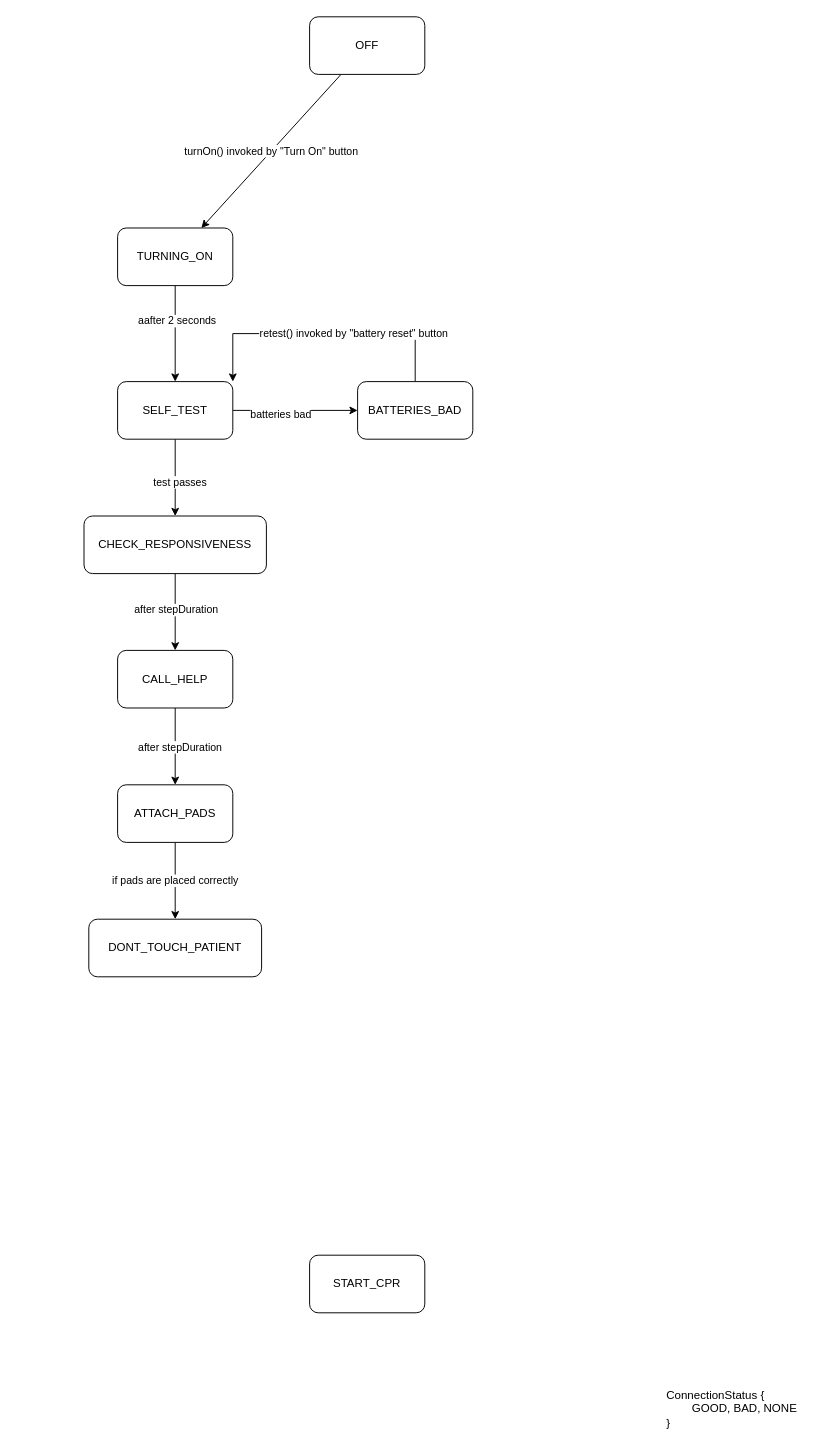
HamzaAlsarakbi/AEDSimulator keeps this draw.io diagram as docs/state-diagrams/aed/aed.drawio. Above is the earlier version. Source tidied: cells renumbered, new cells numbered last; positions are measured from the earlier drawing's top-left corner, leaving out a move shared by most shapes. Both pictures are drawn from the tidied source at 96%, with x=0, y=0 at pixel (84, 16).
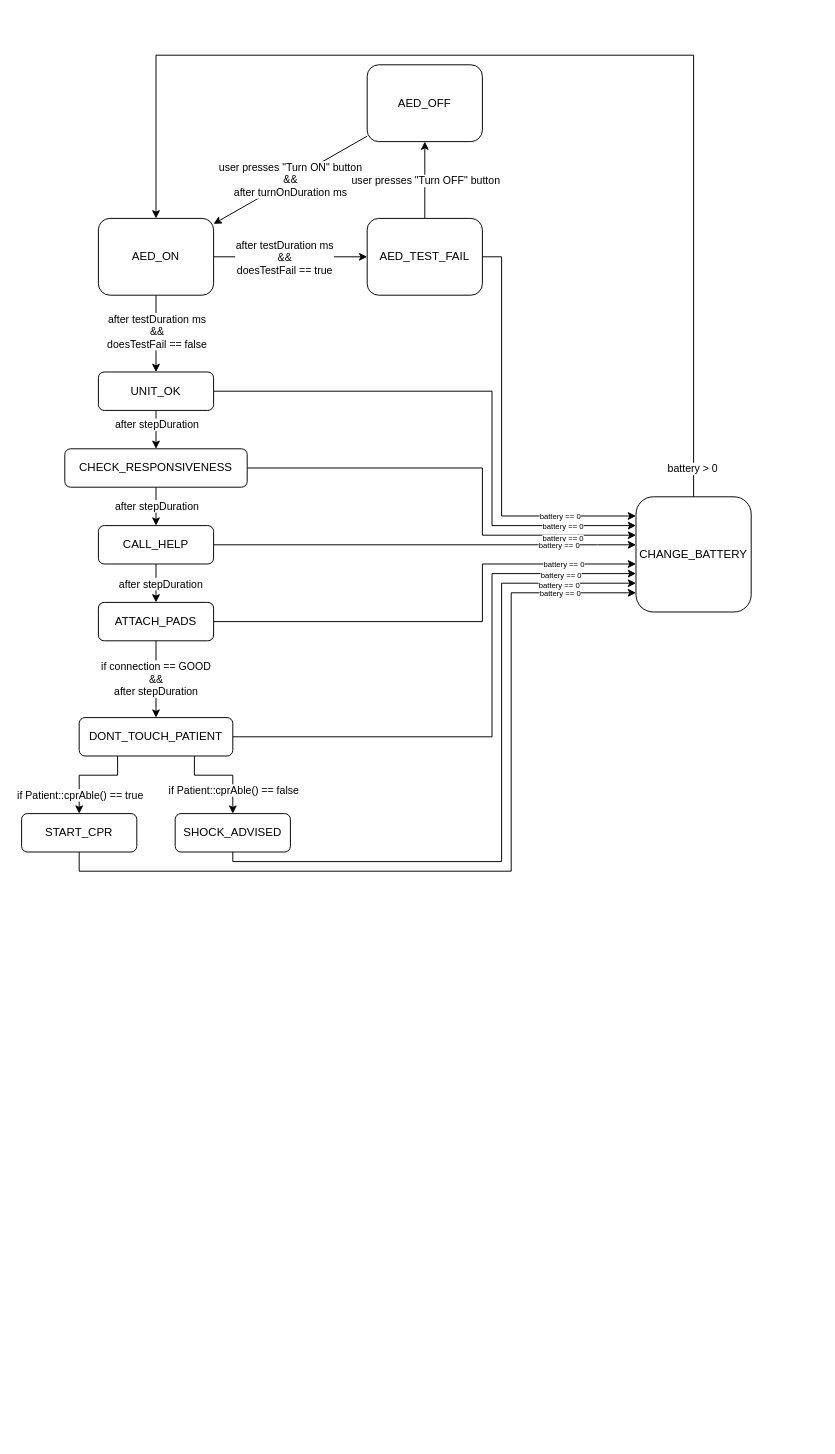
After the change.

Commit message:
finished aed state diagram

The change refers to these unchanged cells:
```xml
<mxCell id="4" style="rounded=0;jettySize=auto;html=1;" parent="1" edge="1" source="6" target="11">
  <mxGeometry relative="1" as="geometry" />
</mxCell>
<mxCell id="9" style="edgeStyle=orthogonalEdgeStyle;rounded=0;jettySize=auto;html=1;" parent="1" edge="1" source="11" target="14">
  <mxGeometry relative="1" as="geometry" />
</mxCell>
```

Diff of the diagram source:
```diff
@@
-    <mxCell id="2" value="turnOn() invoked by &quot;Turn On&quot; button" style="rounded=0;jettySize=auto;html=1;" parent="1" edge="1" source="3" target="6">
-      <mxGeometry relative="1" as="geometry" />
+    <mxCell id="2" value="user presses &quot;Turn ON&quot; button&lt;br&gt;&amp;amp;&amp;amp;&lt;br&gt;after turnOnDuration ms" style="rounded=0;jettySize=auto;html=1;" parent="1" edge="1" source="3" target="6">
+      <mxGeometry relative="1" as="geometry">
+        <Array as="points">
+          <mxPoint x="215" y="170" />
+        </Array>
+      </mxGeometry>
     </mxCell>
-    <mxCell id="3" value="OFF" style="rounded=1;whiteSpace=wrap;html=1;" parent="1" vertex="1">
-      <mxGeometry x="235" width="120" height="60" as="geometry" />
+    <mxCell id="3" value="AED_OFF" style="rounded=1;whiteSpace=wrap;html=1;" parent="1" vertex="1">
+      <mxGeometry x="295" y="50" width="120" height="80" as="geometry" />
     </mxCell>
@@
-    <mxCell id="5" value="aafter 2 seconds" style="edgeLabel;html=1;align=center;verticalAlign=middle;" parent="4" vertex="1">
-      <mxGeometry x="-0.28" y="1" relative="1" as="geometry" />
+    <mxCell id="5" value="after testDuration ms&lt;br&gt;&amp;amp;&amp;amp;&lt;br&gt;doesTestFail == false" style="edgeLabel;html=1;align=center;verticalAlign=middle;" parent="4" vertex="1">
+      <mxGeometry x="-0.28" y="1" relative="1" as="geometry">
+        <mxPoint x="-1" y="8" as="offset" />
+      </mxGeometry>
     </mxCell>
+    <mxCell id="26" style="edgeStyle=orthogonalEdgeStyle;rounded=0;jettySize=auto;html=1;" parent="1" edge="1" source="6" target="24">
+      <mxGeometry relative="1" as="geometry">
+        <Array as="points">
+          <mxPoint x="235" y="250" />
+          <mxPoint x="235" y="250" />
+        </Array>
+      </mxGeometry>
+    </mxCell>
+    <mxCell id="27" value="after testDuration&amp;nbsp;ms&lt;br&gt;&amp;amp;&amp;amp;&lt;br&gt;doesTestFail == true" style="edgeLabel;html=1;align=center;verticalAlign=middle;" parent="26" vertex="1">
+      <mxGeometry x="0.67" y="1" relative="1" as="geometry">
+        <mxPoint x="-61" y="1" as="offset" />
+      </mxGeometry>
+    </mxCell>
-    <mxCell id="6" value="TURNING_ON" style="rounded=1;whiteSpace=wrap;html=1;" parent="1" vertex="1">
-      <mxGeometry x="35" y="220" width="120" height="60" as="geometry" />
+    <mxCell id="6" value="AED_ON" style="rounded=1;whiteSpace=wrap;html=1;" parent="1" vertex="1">
+      <mxGeometry x="15" y="210" width="120" height="80" as="geometry" />
     </mxCell>
-    <mxCell id="7" style="rounded=0;jettySize=auto;html=1;" parent="1" edge="1" source="11" target="24">
-      <mxGeometry relative="1" as="geometry" />
-    </mxCell>
-    <mxCell id="8" value="batteries bad" style="edgeLabel;html=1;align=center;verticalAlign=middle;" parent="7" vertex="1">
-      <mxGeometry x="-0.24" y="-3" relative="1" as="geometry" />
-    </mxCell>
@@
-    <mxCell id="10" value="test passes" style="edgeLabel;html=1;align=center;verticalAlign=middle;" parent="9" vertex="1">
-      <mxGeometry x="0.09" y="4" relative="1" as="geometry" />
-    </mxCell>
+    <mxCell id="28" value="after stepDuration" style="edgeLabel;html=1;align=center;verticalAlign=middle;" parent="9" vertex="1">
+      <mxGeometry x="-0.28" relative="1" as="geometry" />
+    </mxCell>
+    <mxCell id="29" style="edgeStyle=orthogonalEdgeStyle;rounded=0;jettySize=auto;html=1;" parent="1" edge="1" source="11" target="54">
+      <mxGeometry relative="1" as="geometry">
+        <Array as="points">
+          <mxPoint x="425" y="390" />
+          <mxPoint x="425" y="530" />
+        </Array>
+      </mxGeometry>
+    </mxCell>
+    <mxCell id="30" value="battery == 0" style="edgeLabel;html=1;align=center;verticalAlign=middle;fontSize=8;" parent="29" vertex="1">
+      <mxGeometry x="0.64" y="1" relative="1" as="geometry">
+        <mxPoint x="27" y="1" as="offset" />
+      </mxGeometry>
+    </mxCell>
-    <mxCell id="11" value="SELF_TEST" style="rounded=1;whiteSpace=wrap;html=1;" parent="1" vertex="1">
-      <mxGeometry x="35" y="380" width="120" height="60" as="geometry" />
+    <mxCell id="11" value="UNIT_OK" style="rounded=1;whiteSpace=wrap;html=1;" parent="1" vertex="1">
+      <mxGeometry x="15" y="370" width="120" height="40" as="geometry" />
     </mxCell>
@@
+    <mxCell id="31" style="edgeStyle=orthogonalEdgeStyle;rounded=0;jettySize=auto;html=1;" parent="1" edge="1" source="14" target="54">
+      <mxGeometry relative="1" as="geometry">
+        <Array as="points">
+          <mxPoint x="415" y="470" />
+          <mxPoint x="415" y="540" />
+        </Array>
+      </mxGeometry>
+    </mxCell>
+    <mxCell id="32" value="battery == 0" style="edgeLabel;html=1;align=center;verticalAlign=middle;fontSize=8;" parent="31" vertex="1">
+      <mxGeometry x="0.56" y="-1" relative="1" as="geometry">
+        <mxPoint x="27" y="2" as="offset" />
+      </mxGeometry>
+    </mxCell>
     <mxCell id="14" value="CHECK_RESPONSIVENESS" style="rounded=1;whiteSpace=wrap;html=1;" parent="1" vertex="1">
-      <mxGeometry y="520" width="190" height="60" as="geometry" />
+      <mxGeometry x="-20" y="450" width="190" height="40" as="geometry" />
     </mxCell>
@@
+    <mxCell id="33" style="edgeStyle=orthogonalEdgeStyle;rounded=0;jettySize=auto;html=1;" parent="1" edge="1" source="17" target="54">
+      <mxGeometry relative="1" as="geometry">
+        <Array as="points">
+          <mxPoint x="535" y="550" />
+          <mxPoint x="535" y="550" />
+        </Array>
+      </mxGeometry>
+    </mxCell>
+    <mxCell id="34" value="battery == 0" style="edgeLabel;html=1;align=center;verticalAlign=middle;fontSize=8;" parent="33" vertex="1">
+      <mxGeometry x="0.53" relative="1" as="geometry">
+        <mxPoint x="22" as="offset" />
+      </mxGeometry>
+    </mxCell>
     <mxCell id="17" value="CALL_HELP" style="rounded=1;whiteSpace=wrap;html=1;" parent="1" vertex="1">
-      <mxGeometry x="35" y="660" width="120" height="60" as="geometry" />
+      <mxGeometry x="15" y="530" width="120" height="40" as="geometry" />
     </mxCell>
-    <mxCell id="18" value="if pads are placed correctly" style="edgeStyle=orthogonalEdgeStyle;rounded=0;jettySize=auto;html=1;" parent="1" edge="1" source="19" target="20">
+    <mxCell id="18" value="if connection == GOOD&lt;br&gt;&amp;amp;&amp;amp;&lt;br&gt;after stepDuration" style="edgeStyle=orthogonalEdgeStyle;rounded=0;jettySize=auto;html=1;" parent="1" edge="1" source="19" target="20">
       <mxGeometry relative="1" as="geometry" />
     </mxCell>
+    <mxCell id="35" style="edgeStyle=orthogonalEdgeStyle;rounded=0;jettySize=auto;html=1;" parent="1" edge="1" source="19" target="54">
+      <mxGeometry relative="1" as="geometry">
+        <Array as="points">
+          <mxPoint x="415" y="630" />
+          <mxPoint x="415" y="570" />
+        </Array>
+      </mxGeometry>
+    </mxCell>
+    <mxCell id="36" value="battery == 0" style="edgeLabel;html=1;align=center;verticalAlign=middle;fontSize=8;" parent="35" vertex="1">
+      <mxGeometry x="0.59" y="1" relative="1" as="geometry">
+        <mxPoint x="27" y="1" as="offset" />
+      </mxGeometry>
+    </mxCell>
     <mxCell id="19" value="ATTACH_PADS" style="rounded=1;whiteSpace=wrap;html=1;" parent="1" vertex="1">
-      <mxGeometry x="35" y="800" width="120" height="60" as="geometry" />
+      <mxGeometry x="15" y="610" width="120" height="40" as="geometry" />
     </mxCell>
+    <mxCell id="37" style="edgeStyle=orthogonalEdgeStyle;rounded=0;jettySize=auto;html=1;" parent="1" edge="1" source="20" target="21">
+      <mxGeometry relative="1" as="geometry">
+        <Array as="points">
+          <mxPoint x="35" y="790" />
+          <mxPoint x="-5" y="790" />
+        </Array>
+      </mxGeometry>
+    </mxCell>
+    <mxCell id="38" value="if Patient::cprAble() == true" style="edgeLabel;html=1;align=center;verticalAlign=middle;" parent="37" vertex="1">
+      <mxGeometry x="-0.01" y="-1" relative="1" as="geometry">
+        <mxPoint x="-10" y="21" as="offset" />
+      </mxGeometry>
+    </mxCell>
+    <mxCell id="39" style="edgeStyle=orthogonalEdgeStyle;rounded=0;jettySize=auto;html=1;" parent="1" edge="1" source="20" target="51">
+      <mxGeometry relative="1" as="geometry">
+        <Array as="points">
+          <mxPoint x="115" y="790" />
+          <mxPoint x="155" y="790" />
+        </Array>
+      </mxGeometry>
+    </mxCell>
+    <mxCell id="40" value="if Patient::cprAble() == false" style="edgeLabel;html=1;align=center;verticalAlign=middle;" parent="39" vertex="1">
+      <mxGeometry x="0.56" y="-1" relative="1" as="geometry">
+        <mxPoint x="1" y="-3" as="offset" />
+      </mxGeometry>
+    </mxCell>
+    <mxCell id="41" style="edgeStyle=orthogonalEdgeStyle;rounded=0;jettySize=auto;html=1;" parent="1" edge="1" source="20" target="54">
+      <mxGeometry relative="1" as="geometry">
+        <Array as="points">
+          <mxPoint x="425" y="750" />
+          <mxPoint x="425" y="580" />
+        </Array>
+      </mxGeometry>
+    </mxCell>
+    <mxCell id="42" value="battery == 0" style="edgeLabel;html=1;align=center;verticalAlign=middle;fontSize=8;" parent="41" vertex="1">
+      <mxGeometry x="0.64" y="1" relative="1" as="geometry">
+        <mxPoint x="27" y="2" as="offset" />
+      </mxGeometry>
+    </mxCell>
     <mxCell id="20" value="DONT_TOUCH_PATIENT" style="rounded=1;whiteSpace=wrap;html=1;" parent="1" vertex="1">
-      <mxGeometry x="5" y="940" width="180" height="60" as="geometry" />
+      <mxGeometry x="-5" y="730" width="160" height="40" as="geometry" />
     </mxCell>
+    <mxCell id="43" style="edgeStyle=orthogonalEdgeStyle;rounded=0;jettySize=auto;html=1;" parent="1" edge="1" source="21" target="54">
+      <mxGeometry relative="1" as="geometry">
+        <Array as="points">
+          <mxPoint x="-5" y="890" />
+          <mxPoint x="445" y="890" />
+          <mxPoint x="445" y="600" />
+        </Array>
+      </mxGeometry>
+    </mxCell>
+    <mxCell id="44" value="battery == 0" style="edgeLabel;html=1;align=center;verticalAlign=middle;fontSize=8;" parent="43" vertex="1">
+      <mxGeometry x="0.76" y="2" relative="1" as="geometry">
+        <mxPoint x="27" y="2" as="offset" />
+      </mxGeometry>
+    </mxCell>
     <mxCell id="21" value="START_CPR" style="rounded=1;whiteSpace=wrap;html=1;" parent="1" vertex="1">
-      <mxGeometry x="235" y="1290" width="120" height="60" as="geometry" />
+      <mxGeometry x="-65" y="830" width="120" height="40" as="geometry" />
     </mxCell>
-    <mxCell id="22" style="edgeStyle=orthogonalEdgeStyle;rounded=0;jettySize=auto;html=1;" parent="1" edge="1" source="24" target="11">
-      <mxGeometry relative="1" as="geometry">
-        <Array as="points">
-          <mxPoint x="345" y="330" />
-          <mxPoint x="155" y="330" />
-        </Array>
-      </mxGeometry>
-    </mxCell>
-    <mxCell id="23" value="retest() invoked by &quot;battery reset&quot; button" style="edgeLabel;html=1;align=center;verticalAlign=middle;" parent="22" vertex="1">
-      <mxGeometry x="-0.21" y="-1" relative="1" as="geometry" />
-    </mxCell>
+    <mxCell id="45" style="edgeStyle=orthogonalEdgeStyle;rounded=0;jettySize=auto;html=1;" parent="1" edge="1" source="24" target="3">
+      <mxGeometry relative="1" as="geometry" />
+    </mxCell>
+    <mxCell id="46" value="user presses &quot;Turn OFF&quot; button" style="edgeLabel;html=1;align=center;verticalAlign=middle;" parent="45" vertex="1">
+      <mxGeometry x="-0.45" y="3" relative="1" as="geometry">
+        <mxPoint x="3" y="-18" as="offset" />
+      </mxGeometry>
+    </mxCell>
+    <mxCell id="47" style="edgeStyle=orthogonalEdgeStyle;rounded=0;jettySize=auto;html=1;" parent="1" edge="1" source="24" target="54">
+      <mxGeometry relative="1" as="geometry">
+        <Array as="points">
+          <mxPoint x="435" y="250" />
+          <mxPoint x="435" y="520" />
+        </Array>
+      </mxGeometry>
+    </mxCell>
+    <mxCell id="48" value="battery == 0" style="edgeLabel;html=1;align=center;verticalAlign=middle;fontSize=8;" parent="47" vertex="1">
+      <mxGeometry x="0.68" y="2" relative="1" as="geometry">
+        <mxPoint x="-11" y="2" as="offset" />
+      </mxGeometry>
+    </mxCell>
-    <mxCell id="24" value="BATTERIES_BAD" style="rounded=1;whiteSpace=wrap;html=1;" parent="1" vertex="1">
-      <mxGeometry x="285" y="380" width="120" height="60" as="geometry" />
+    <mxCell id="24" value="AED_TEST_FAIL" style="rounded=1;whiteSpace=wrap;html=1;" parent="1" vertex="1">
+      <mxGeometry x="295" y="210" width="120" height="80" as="geometry" />
     </mxCell>
-    <mxCell id="25" value="ConnectionStatus {&lt;br&gt;&lt;span style=&quot;white-space: pre;&quot;&gt;&#9;&lt;/span&gt;GOOD, BAD, NONE&lt;br&gt;}" style="text;html=1;align=left;verticalAlign=middle;strokeColor=none;fillColor=none;" parent="1" vertex="1">
-      <mxGeometry x="605" y="1420" width="160" height="60" as="geometry" />
-    </mxCell>
+    <mxCell id="49" style="edgeStyle=orthogonalEdgeStyle;rounded=0;jettySize=auto;html=1;" parent="1" edge="1" source="51" target="54">
+      <mxGeometry relative="1" as="geometry">
+        <Array as="points">
+          <mxPoint x="155" y="880" />
+          <mxPoint x="435" y="880" />
+          <mxPoint x="435" y="590" />
+        </Array>
+      </mxGeometry>
+    </mxCell>
+    <mxCell id="50" value="battery == 0" style="edgeLabel;html=1;align=center;verticalAlign=middle;fontSize=8;" parent="49" vertex="1">
+      <mxGeometry x="0.71" y="1" relative="1" as="geometry">
+        <mxPoint x="23" y="2" as="offset" />
+      </mxGeometry>
+    </mxCell>
+    <mxCell id="51" value="SHOCK_ADVISED" style="rounded=1;whiteSpace=wrap;html=1;" parent="1" vertex="1">
+      <mxGeometry x="95" y="830" width="120" height="40" as="geometry" />
+    </mxCell>
+    <mxCell id="52" style="edgeStyle=orthogonalEdgeStyle;rounded=0;jettySize=auto;html=1;" parent="1" edge="1" source="54" target="6">
+      <mxGeometry relative="1" as="geometry">
+        <Array as="points">
+          <mxPoint x="635" y="40" />
+          <mxPoint x="75" y="40" />
+        </Array>
+      </mxGeometry>
+    </mxCell>
+    <mxCell id="53" value="battery &amp;gt; 0" style="edgeLabel;html=1;align=center;verticalAlign=middle;" parent="52" vertex="1">
+      <mxGeometry x="-0.95" y="2" relative="1" as="geometry" />
+    </mxCell>
+    <mxCell id="54" value="CHANGE_BATTERY" style="rounded=1;whiteSpace=wrap;html=1;" parent="1" vertex="1">
+      <mxGeometry x="575" y="500" width="120" height="120" as="geometry" />
+    </mxCell>
```
